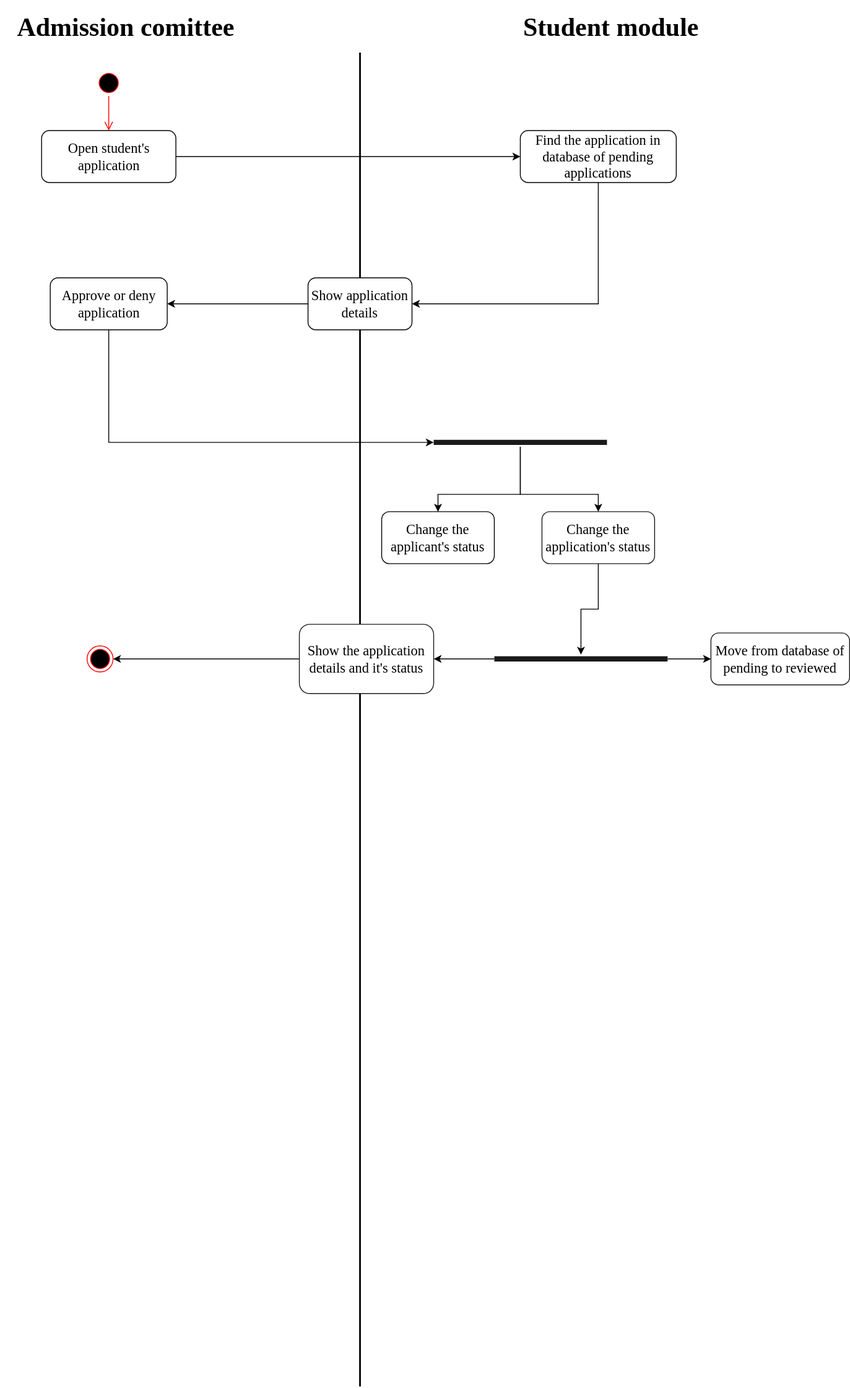
Earlier version of the draw.io export activity-diagrams/review-student-admission.svg (Kwantigon/software-engineering-intro). Source tidied: cells renumbered, new cells last; positions are measured from the earlier drawing's top-left corner, leaving out a move shared by most shapes.
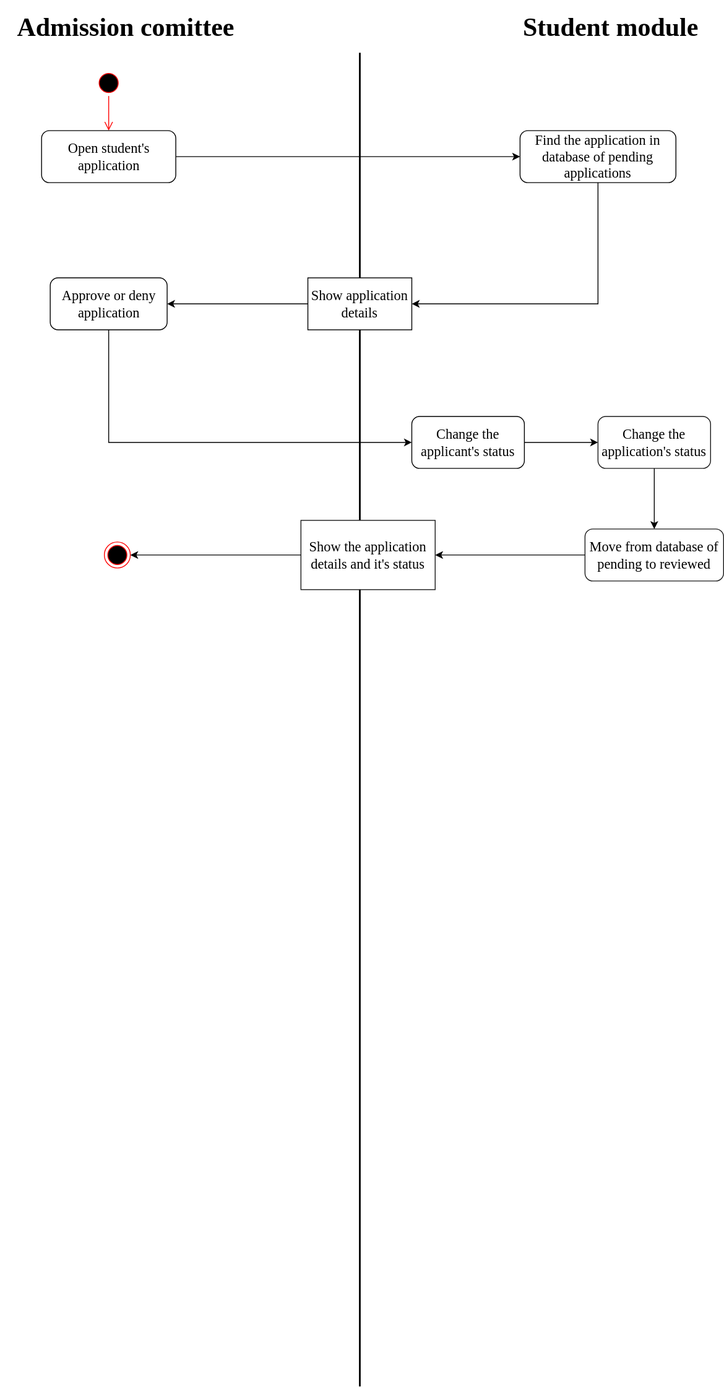
After the commit.

What changed in the source:
```diff
@@ -38,10 +38,10 @@
     <mxCell id="11" style="edgeStyle=orthogonalEdgeStyle;rounded=0;jettySize=auto;html=1;" parent="1" edge="1" source="12" target="14">
       <mxGeometry relative="1" as="geometry" />
     </mxCell>
-    <mxCell id="12" value="&lt;font face=&quot;Times New Roman&quot; style=&quot;font-size: 16px&quot;&gt;Show application details&lt;/font&gt;" style="whiteSpace=wrap;html=1;rounded=1;" parent="1" vertex="1">
+    <mxCell id="12" value="&lt;font face=&quot;Times New Roman&quot; style=&quot;font-size: 16px&quot;&gt;Show application details&lt;/font&gt;" style="whiteSpace=wrap;html=1;rounded=0;" parent="1" vertex="1">
       <mxGeometry x="355" y="320" width="120" height="60" as="geometry" />
     </mxCell>
-    <mxCell id="13" style="edgeStyle=orthogonalEdgeStyle;rounded=0;jettySize=auto;html=1;" parent="1" edge="1" source="14" target="17">
+    <mxCell id="13" style="edgeStyle=orthogonalEdgeStyle;rounded=0;jettySize=auto;html=1;entryX=0;entryY=0.5;entryDx=0;entryDy=0;" parent="1" edge="1" source="14" target="18">
       <mxGeometry relative="1" as="geometry">
         <Array as="points">
           <mxPoint x="125" y="510" />
@@ -51,54 +51,32 @@
     <mxCell id="14" value="&lt;font style=&quot;font-size: 16px&quot; face=&quot;Times New Roman&quot;&gt;Approve or deny application&lt;/font&gt;" style="whiteSpace=wrap;html=1;rounded=1;" parent="1" vertex="1">
       <mxGeometry x="57.5" y="320" width="135" height="60" as="geometry" />
     </mxCell>
-    <mxCell id="15" style="edgeStyle=orthogonalEdgeStyle;rounded=0;jettySize=auto;html=1;" parent="1" edge="1" source="17" target="18">
-      <mxGeometry relative="1" as="geometry">
-        <Array as="points">
-          <mxPoint x="600" y="570" />
-          <mxPoint x="505" y="570" />
-        </Array>
-      </mxGeometry>
-    </mxCell>
-    <mxCell id="16" style="edgeStyle=orthogonalEdgeStyle;rounded=0;jettySize=auto;html=1;" parent="1" edge="1" source="17" target="20">
-      <mxGeometry relative="1" as="geometry">
-        <Array as="points">
-          <mxPoint x="600" y="570" />
-          <mxPoint x="690" y="570" />
-        </Array>
-      </mxGeometry>
-    </mxCell>
-    <mxCell id="17" style="shape=line;html=1;strokeWidth=6;strokeColor=#1A1A1A;" parent="1" vertex="1">
-      <mxGeometry x="500" y="505" width="200" height="10" as="geometry" />
-    </mxCell>
+    <mxCell id="28" style="edgeStyle=orthogonalEdgeStyle;rounded=0;jettySize=auto;html=1;entryX=0;entryY=0.5;entryDx=0;entryDy=0;" parent="1" edge="1" source="18" target="20">
+      <mxGeometry relative="1" as="geometry" />
+    </mxCell>
     <mxCell id="18" value="&lt;font face=&quot;Times New Roman&quot; style=&quot;font-size: 16px&quot;&gt;Change the applicant's status&lt;/font&gt;" style="rounded=1;whiteSpace=wrap;html=1;" parent="1" vertex="1">
-      <mxGeometry x="440" y="590" width="130" height="60" as="geometry" />
+      <mxGeometry x="475" y="480" width="130" height="60" as="geometry" />
     </mxCell>
-    <mxCell id="19" style="edgeStyle=orthogonalEdgeStyle;rounded=0;jettySize=auto;html=1;" parent="1" edge="1" source="20" target="27">
-      <mxGeometry relative="1" as="geometry" />
-    </mxCell>
+    <mxCell id="29" style="edgeStyle=orthogonalEdgeStyle;rounded=0;jettySize=auto;html=1;entryX=0.5;entryY=0;entryDx=0;entryDy=0;" parent="1" edge="1" source="20" target="21">
+      <mxGeometry relative="1" as="geometry" />
+    </mxCell>
     <mxCell id="20" value="&lt;font style=&quot;font-size: 16px&quot; face=&quot;Times New Roman&quot;&gt;Change the application's status&lt;/font&gt;" style="rounded=1;whiteSpace=wrap;html=1;strokeColor=#1A1A1A;" parent="1" vertex="1">
-      <mxGeometry x="625" y="590" width="130" height="60" as="geometry" />
+      <mxGeometry x="690" y="480" width="130" height="60" as="geometry" />
     </mxCell>
+    <mxCell id="30" style="edgeStyle=orthogonalEdgeStyle;rounded=0;jettySize=auto;html=1;entryX=1;entryY=0.5;entryDx=0;entryDy=0;" parent="1" edge="1" source="21" target="24">
+      <mxGeometry relative="1" as="geometry" />
+    </mxCell>
     <mxCell id="21" value="&lt;font style=&quot;font-size: 16px&quot; face=&quot;Times New Roman&quot;&gt;Move from database of pending to reviewed&lt;/font&gt;" style="whiteSpace=wrap;html=1;rounded=1;strokeColor=#1A1A1A;" parent="1" vertex="1">
-      <mxGeometry x="820" y="730" width="160" height="60" as="geometry" />
+      <mxGeometry x="675" y="610" width="160" height="60" as="geometry" />
     </mxCell>
     <mxCell id="22" style="ellipse;html=1;shape=endState;fillColor=#000000;strokeColor=#ff0000;" parent="1" vertex="1">
-      <mxGeometry x="100" y="745" width="30" height="30" as="geometry" />
+      <mxGeometry x="120" y="625" width="30" height="30" as="geometry" />
     </mxCell>
     <mxCell id="23" style="edgeStyle=orthogonalEdgeStyle;rounded=0;jettySize=auto;html=1;entryX=1;entryY=0.5;entryDx=0;entryDy=0;" parent="1" edge="1" source="24" target="22">
       <mxGeometry relative="1" as="geometry" />
     </mxCell>
-    <mxCell id="24" value="&lt;font style=&quot;font-size: 16px&quot; face=&quot;Times New Roman&quot;&gt;Show the application details and it's status&lt;/font&gt;" style="rounded=1;whiteSpace=wrap;html=1;strokeColor=#1A1A1A;" parent="1" vertex="1">
-      <mxGeometry x="345" y="720" width="155" height="80" as="geometry" />
+    <mxCell id="24" value="&lt;font style=&quot;font-size: 16px&quot; face=&quot;Times New Roman&quot;&gt;Show the application details and it's status&lt;/font&gt;" style="rounded=0;whiteSpace=wrap;html=1;strokeColor=#1A1A1A;" parent="1" vertex="1">
+      <mxGeometry x="347" y="600" width="155" height="80" as="geometry" />
     </mxCell>
-    <mxCell id="25" style="edgeStyle=orthogonalEdgeStyle;rounded=0;jettySize=auto;html=1;entryX=0;entryY=0.5;entryDx=0;entryDy=0;" parent="1" edge="1" source="27" target="21">
-      <mxGeometry relative="1" as="geometry" />
-    </mxCell>
-    <mxCell id="26" style="edgeStyle=orthogonalEdgeStyle;rounded=0;jettySize=auto;html=1;entryX=1;entryY=0.5;entryDx=0;entryDy=0;" parent="1" edge="1" source="27" target="24">
-      <mxGeometry relative="1" as="geometry" />
-    </mxCell>
-    <mxCell id="27" style="shape=line;html=1;strokeWidth=6;strokeColor=#1A1A1A;" parent="1" vertex="1">
-      <mxGeometry x="570" y="755" width="200" height="10" as="geometry" />
-    </mxCell>
   </root>
 </mxGraphModel>
```
